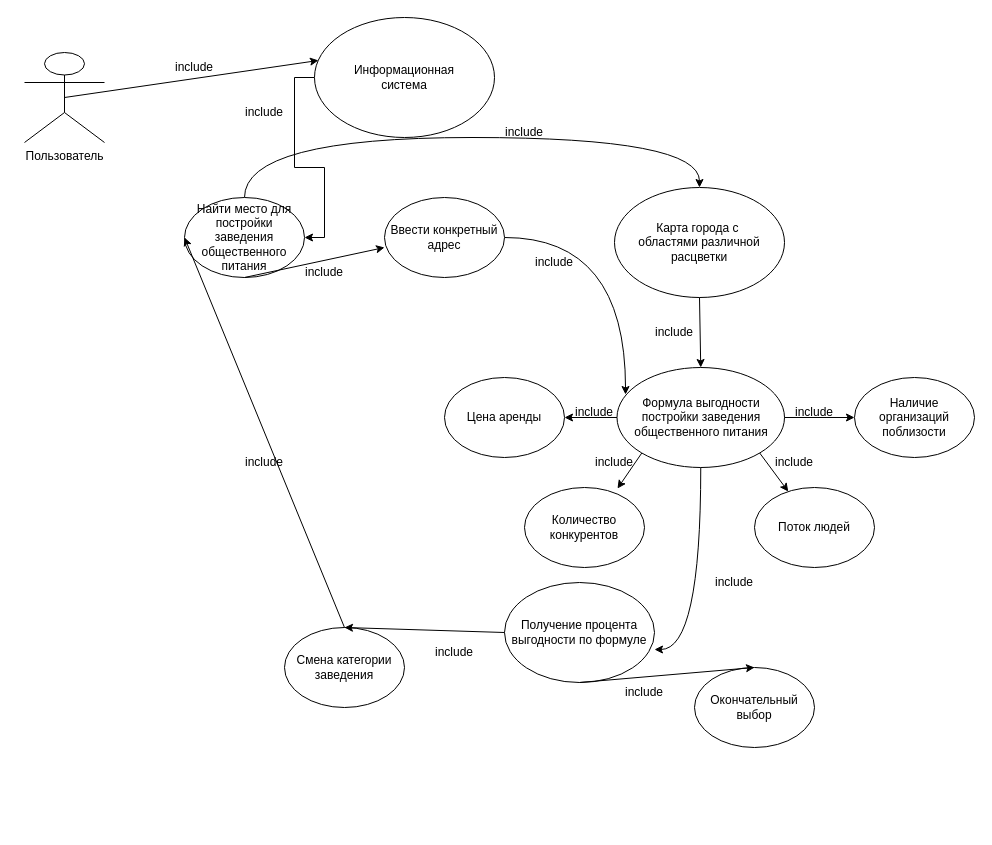
Before: use case.drawio in elmirhismatov/Diplom, a draw.io diagram. Source tidied: cells renumbered, new cells numbered last; positions are measured from the earlier drawing's top-left corner, leaving out a move shared by most shapes. Both pictures are drawn from the tidied source at 100%, with x=0, y=0 at pixel (24, 17).
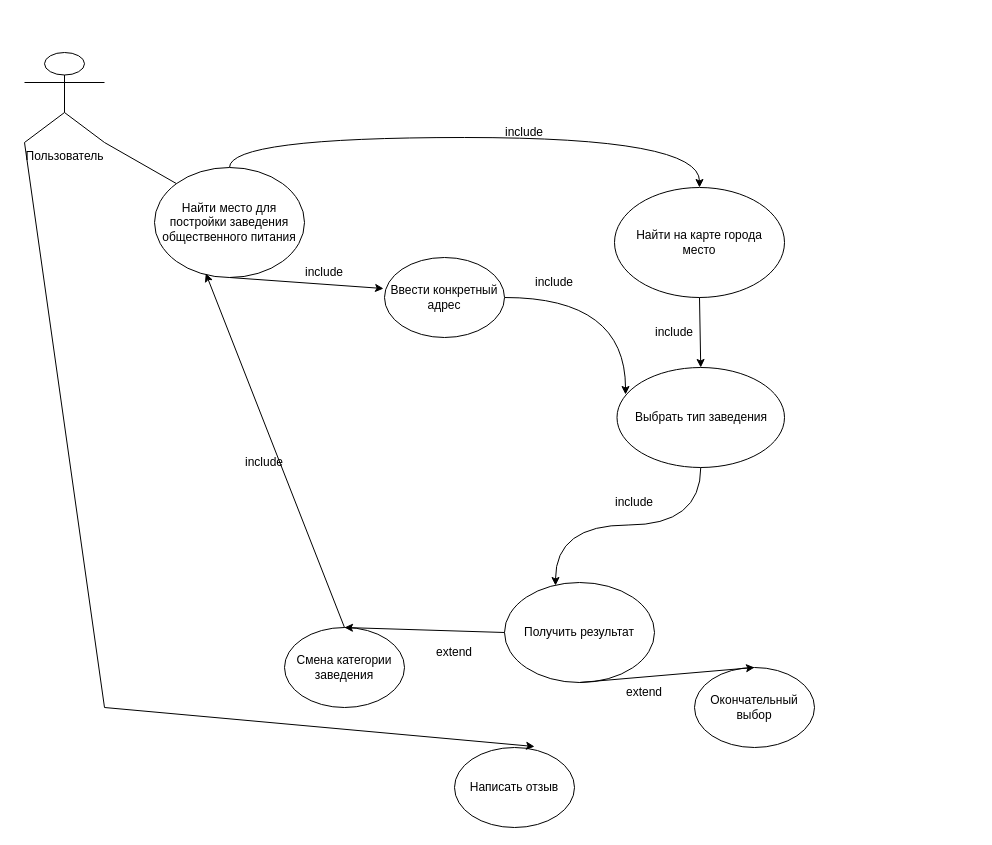
After the change.

Unchanged cells that the change refers to:
```xml
<mxCell id="2" value="Пользователь" style="shape=umlActor;verticalLabelPosition=bottom;verticalAlign=top;html=1;outlineConnect=0;" parent="1" vertex="1">
  <mxGeometry y="35" width="80" height="90" as="geometry" />
</mxCell>
<mxCell id="30" value="Смена категории заведения" style="ellipse;whiteSpace=wrap;html=1;" parent="1" vertex="1">
  <mxGeometry x="260" y="610" width="120" height="80" as="geometry" />
</mxCell>
```

What changed in the source:
```diff
@@
-    <mxCell id="3" style="edgeStyle=orthogonalEdgeStyle;rounded=0;jettySize=auto;html=1;entryX=1;entryY=0.5;entryDx=0;entryDy=0;" parent="1" edge="1" source="4" target="24">
-      <mxGeometry relative="1" as="geometry" />
-    </mxCell>
-    <mxCell id="4" value="Информационная&lt;br&gt;система" style="ellipse;whiteSpace=wrap;html=1;" parent="1" vertex="1">
-      <mxGeometry x="290" width="180" height="120" as="geometry" />
-    </mxCell>
-    <mxCell id="5" value="Карта города с&amp;nbsp;&lt;br&gt;областями различной расцветки" style="ellipse;whiteSpace=wrap;html=1;" parent="1" vertex="1">
+    <mxCell id="5" value="Найти на карте города&lt;br&gt;место" style="ellipse;whiteSpace=wrap;html=1;" parent="1" vertex="1">
       <mxGeometry x="590" y="170" width="170" height="110" as="geometry" />
     </mxCell>
-    <mxCell id="6" style="edgeStyle=orthogonalEdgeStyle;curved=1;rounded=0;jettySize=auto;html=1;entryX=1;entryY=0.67;entryDx=0;entryDy=0;entryPerimeter=0;" parent="1" edge="1" source="7" target="29">
+    <mxCell id="6" style="edgeStyle=orthogonalEdgeStyle;curved=1;rounded=0;jettySize=auto;html=1;entryX=0.34;entryY=0.03;entryDx=0;entryDy=0;entryPerimeter=0;" parent="1" edge="1" source="7" target="29">
       <mxGeometry relative="1" as="geometry" />
     </mxCell>
-    <mxCell id="7" value="Формула выгодности&lt;br&gt;постройки заведения&lt;br&gt;общественного питания" style="ellipse;whiteSpace=wrap;html=1;" parent="1" vertex="1">
+    <mxCell id="7" value="Выбрать тип заведения" style="ellipse;whiteSpace=wrap;html=1;" parent="1" vertex="1">
       <mxGeometry x="592.5" y="350" width="167.5" height="100" as="geometry" />
     </mxCell>
@@
-    <mxCell id="9" value="Наличие организаций поблизости" style="ellipse;whiteSpace=wrap;html=1;" parent="1" vertex="1">
-      <mxGeometry x="830" y="360" width="120" height="80" as="geometry" />
-    </mxCell>
-    <mxCell id="10" value="Количество конкурентов" style="ellipse;whiteSpace=wrap;html=1;" parent="1" vertex="1">
-      <mxGeometry x="500" y="470" width="120" height="80" as="geometry" />
-    </mxCell>
-    <mxCell id="11" value="Поток людей" style="ellipse;whiteSpace=wrap;html=1;" parent="1" vertex="1">
-      <mxGeometry x="730" y="470" width="120" height="80" as="geometry" />
-    </mxCell>
-    <mxCell id="12" value="Цена аренды" style="ellipse;whiteSpace=wrap;html=1;" parent="1" vertex="1">
-      <mxGeometry x="420" y="360" width="120" height="80" as="geometry" />
-    </mxCell>
-    <mxCell id="13" style="endArrow=classic;html=1;rounded=0;exitX=0;exitY=0.5;exitDx=0;exitDy=0;entryX=1;entryY=0.5;entryDx=0;entryDy=0;" parent="1" edge="1" source="7" target="12">
-      <mxGeometry relative="1" as="geometry" />
-    </mxCell>
-    <mxCell id="14" style="endArrow=classic;html=1;rounded=0;exitX=0;exitY=1;exitDx=0;exitDy=0;entryX=0.775;entryY=0.013;entryDx=0;entryDy=0;entryPerimeter=0;" parent="1" edge="1" source="7" target="10">
-      <mxGeometry relative="1" as="geometry" />
-    </mxCell>
-    <mxCell id="15" style="endArrow=classic;html=1;rounded=0;exitX=1;exitY=1;exitDx=0;exitDy=0;" parent="1" edge="1" source="7" target="11">
-      <mxGeometry relative="1" as="geometry" />
-    </mxCell>
-    <mxCell id="16" style="endArrow=classic;html=1;rounded=0;exitX=1;exitY=0.5;exitDx=0;exitDy=0;entryX=0;entryY=0.5;entryDx=0;entryDy=0;" parent="1" edge="1" source="7" target="9">
-      <mxGeometry relative="1" as="geometry" />
-    </mxCell>
@@
-    <mxCell id="19" value="include" style="text;html=1;strokeColor=none;fillColor=none;align=center;verticalAlign=middle;whiteSpace=wrap;rounded=0;" parent="1" vertex="1">
-      <mxGeometry x="760" y="380" width="60" height="30" as="geometry" />
-    </mxCell>
-    <mxCell id="20" value="include" style="text;html=1;strokeColor=none;fillColor=none;align=center;verticalAlign=middle;whiteSpace=wrap;rounded=0;" parent="1" vertex="1">
-      <mxGeometry x="540" y="380" width="60" height="30" as="geometry" />
-    </mxCell>
-    <mxCell id="21" value="include" style="text;html=1;strokeColor=none;fillColor=none;align=center;verticalAlign=middle;whiteSpace=wrap;rounded=0;" parent="1" vertex="1">
-      <mxGeometry x="560" y="430" width="60" height="30" as="geometry" />
-    </mxCell>
-    <mxCell id="22" value="include" style="text;html=1;strokeColor=none;fillColor=none;align=center;verticalAlign=middle;whiteSpace=wrap;rounded=0;" parent="1" vertex="1">
-      <mxGeometry x="740" y="430" width="60" height="30" as="geometry" />
-    </mxCell>
@@
     <mxCell id="24" value="Найти место для постройки заведения общественного питания" style="ellipse;whiteSpace=wrap;html=1;" parent="1" vertex="1">
-      <mxGeometry x="160" y="180" width="120" height="80" as="geometry" />
+      <mxGeometry x="130" y="150" width="150" height="110" as="geometry" />
     </mxCell>
-    <mxCell id="25" style="endArrow=classic;html=1;rounded=0;entryX=0.022;entryY=0.358;entryDx=0;entryDy=0;exitX=0.5;exitY=0.5;exitDx=0;exitDy=0;exitPerimeter=0;entryPerimeter=0;" parent="1" edge="1" source="2" target="4">
-      <mxGeometry relative="1" as="geometry" />
-    </mxCell>
@@
     <mxCell id="27" value="Ввести конкретный адрес" style="ellipse;whiteSpace=wrap;html=1;" parent="1" vertex="1">
-      <mxGeometry x="360" y="180" width="120" height="80" as="geometry" />
+      <mxGeometry x="360" y="240" width="120" height="80" as="geometry" />
     </mxCell>
-    <mxCell id="28" style="endArrow=classic;html=1;rounded=0;exitX=0.5;exitY=1;exitDx=0;exitDy=0;entryX=0.5;entryY=0;entryDx=0;entryDy=0;" parent="1" edge="1" source="24">
-      <mxGeometry relative="1" as="geometry">
-        <mxPoint x="360" y="230" as="targetPoint" />
-      </mxGeometry>
+    <mxCell id="28" style="endArrow=classic;html=1;rounded=0;exitX=0.5;exitY=1;exitDx=0;exitDy=0;entryX=-0.008;entryY=0.388;entryDx=0;entryDy=0;entryPerimeter=0;" parent="1" edge="1" source="24" target="27">
+      <mxGeometry relative="1" as="geometry" />
     </mxCell>
-    <mxCell id="29" value="Получение процента выгодности по формуле" style="ellipse;whiteSpace=wrap;html=1;" parent="1" vertex="1">
+    <mxCell id="29" value="Получить результат" style="ellipse;whiteSpace=wrap;html=1;" parent="1" vertex="1">
       <mxGeometry x="480" y="565" width="150" height="100" as="geometry" />
     </mxCell>
@@
-    <mxCell id="34" style="endArrow=classic;html=1;rounded=0;exitX=0.5;exitY=0;exitDx=0;exitDy=0;entryX=0;entryY=0.5;entryDx=0;entryDy=0;" parent="1" edge="1" source="30" target="24">
+    <mxCell id="34" style="endArrow=classic;html=1;rounded=0;exitX=0.5;exitY=0;exitDx=0;exitDy=0;entryX=0.342;entryY=0.963;entryDx=0;entryDy=0;entryPerimeter=0;" parent="1" edge="1" source="30" target="24">
       <mxGeometry relative="1" as="geometry" />
     </mxCell>
-    <mxCell id="35" value="include" style="text;html=1;strokeColor=none;fillColor=none;align=center;verticalAlign=middle;whiteSpace=wrap;rounded=0;" parent="1" vertex="1">
-      <mxGeometry x="140" y="35" width="60" height="30" as="geometry" />
-    </mxCell>
@@
-    <mxCell id="37" value="include" style="text;html=1;strokeColor=none;fillColor=none;align=center;verticalAlign=middle;whiteSpace=wrap;rounded=0;" parent="1" vertex="1">
+    <mxCell id="37" value="extend" style="text;html=1;strokeColor=none;fillColor=none;align=center;verticalAlign=middle;whiteSpace=wrap;rounded=0;" parent="1" vertex="1">
       <mxGeometry x="400" y="620" width="60" height="30" as="geometry" />
     </mxCell>
     <mxCell id="38" value="include" style="text;html=1;strokeColor=none;fillColor=none;align=center;verticalAlign=middle;whiteSpace=wrap;rounded=0;" parent="1" vertex="1">
-      <mxGeometry x="680" y="550" width="60" height="30" as="geometry" />
+      <mxGeometry x="580" y="470" width="60" height="30" as="geometry" />
     </mxCell>
@@
-    <mxCell id="40" value="include" style="text;html=1;strokeColor=none;fillColor=none;align=center;verticalAlign=middle;whiteSpace=wrap;rounded=0;" parent="1" vertex="1">
-      <mxGeometry x="210" y="80" width="60" height="30" as="geometry" />
-    </mxCell>
-    <mxCell id="41" value="include" style="text;html=1;strokeColor=none;fillColor=none;align=center;verticalAlign=middle;whiteSpace=wrap;rounded=0;" parent="1" vertex="1">
+    <mxCell id="41" value="extend" style="text;html=1;strokeColor=none;fillColor=none;align=center;verticalAlign=middle;whiteSpace=wrap;rounded=0;" parent="1" vertex="1">
       <mxGeometry x="590" y="660" width="60" height="30" as="geometry" />
     </mxCell>
     <mxCell id="42" value="include" style="text;html=1;strokeColor=none;fillColor=none;align=center;verticalAlign=middle;whiteSpace=wrap;rounded=0;" parent="1" vertex="1">
-      <mxGeometry x="500" y="230" width="60" height="30" as="geometry" />
+      <mxGeometry x="500" y="250" width="60" height="30" as="geometry" />
     </mxCell>
+    <mxCell id="43" style="endArrow=none;html=1;rounded=0;entryX=0;entryY=0;entryDx=0;entryDy=0;exitX=1;exitY=1;exitDx=0;exitDy=0;exitPerimeter=0;" parent="1" edge="1" source="2" target="24">
+      <mxGeometry relative="1" as="geometry" />
+    </mxCell>
+    <mxCell id="44" value="Написать отзыв" style="ellipse;whiteSpace=wrap;html=1;" parent="1" vertex="1">
+      <mxGeometry x="430" y="730" width="120" height="80" as="geometry" />
+    </mxCell>
+    <mxCell id="45" style="endArrow=classic;html=1;rounded=0;exitX=0;exitY=1;exitDx=0;exitDy=0;exitPerimeter=0;entryX=0.667;entryY=-0.012;entryDx=0;entryDy=0;entryPerimeter=0;" parent="1" edge="1" source="2" target="44">
+      <mxGeometry relative="1" as="geometry">
+        <Array as="points">
+          <mxPoint x="80" y="690" />
+        </Array>
+      </mxGeometry>
+    </mxCell>
```
